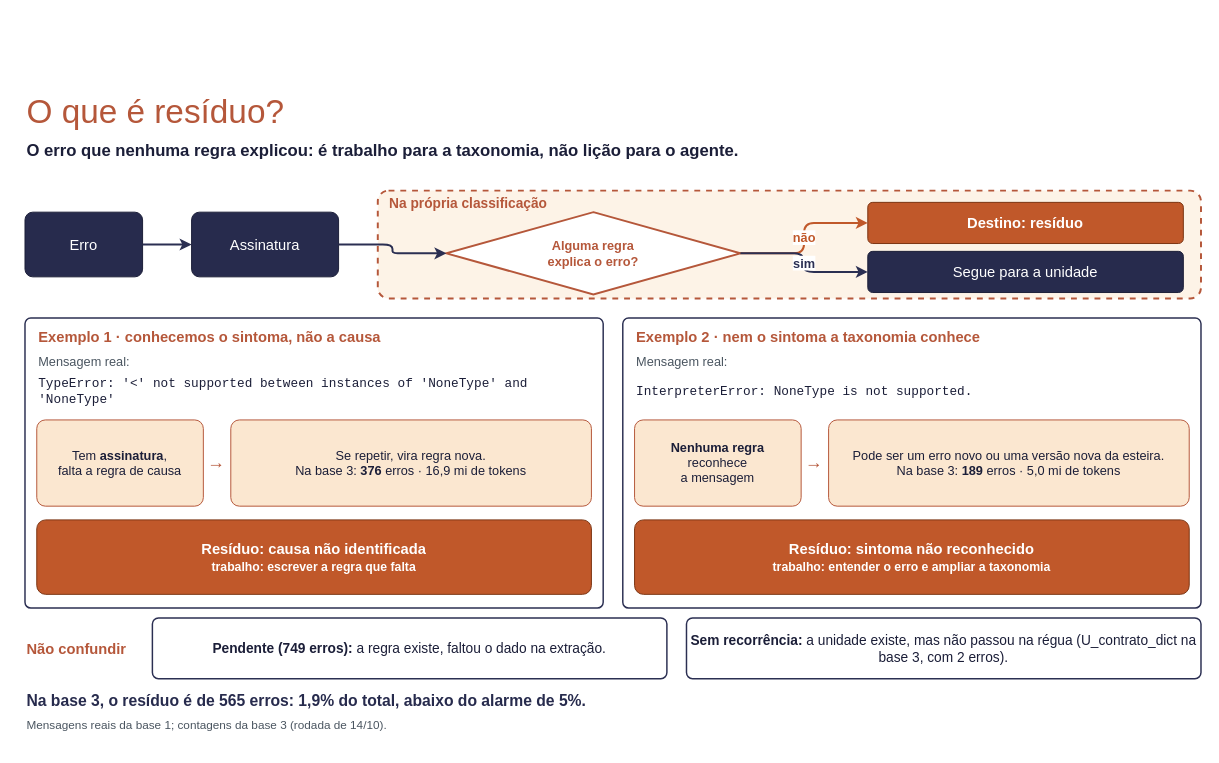
This is docs/sources/draw.io/residuo.drawio from rc-ventura/memory_layer_ai_agents, a draw.io file, before an edit. Source tidied: cells renumbered, new cells numbered last; positions are measured from the earlier drawing's top-left corner, leaving out a move shared by most shapes. Both pictures are drawn from the tidied source at 98%, with x=0, y=0 at pixel (24, 86).
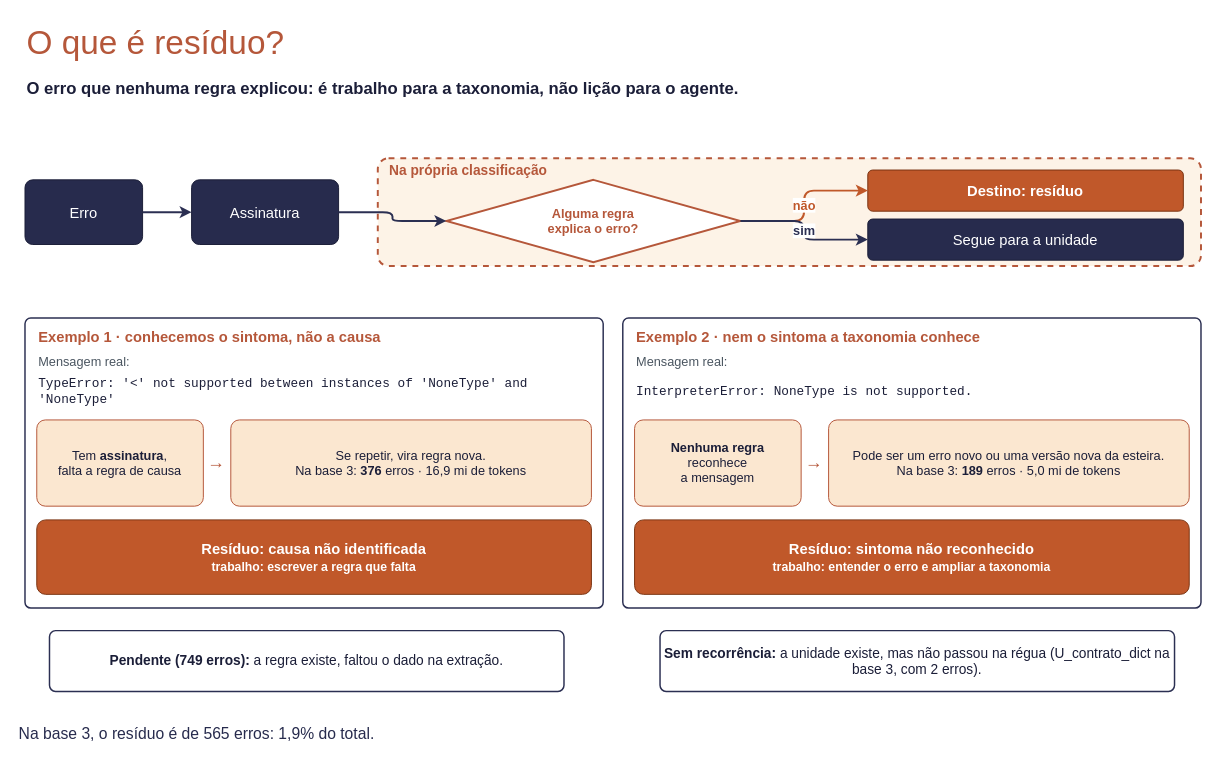
The same diagram, later.

Diff of the diagram source:
```diff
@@
     <mxCell id="2" value="O que é resíduo?" style="text;html=1;verticalAlign=middle;whiteSpace=wrap;align=left;fontSize=34;fontColor=#B5573A;" parent="1" vertex="1">
-      <mxGeometry width="1200" height="52" as="geometry" />
+      <mxGeometry y="-71" width="1200" height="52" as="geometry" />
     </mxCell>
     <mxCell id="3" value="&lt;b&gt;O erro que nenhuma regra explicou: é trabalho para a taxonomia, não lição para o agente.&lt;/b&gt;" style="text;html=1;verticalAlign=middle;whiteSpace=wrap;align=left;fontSize=17;fontColor=#1B1E38;" parent="1" vertex="1">
-      <mxGeometry y="52" width="1200" height="28" as="geometry" />
+      <mxGeometry y="-11" width="1200" height="28" as="geometry" />
     </mxCell>
     <mxCell id="4" style="rounded=1;arcSize=10;whiteSpace=wrap;html=1;fillColor=#FDF3E7;strokeColor=#B5573A;strokeWidth=2;dashed=1;" parent="1" vertex="1">
-      <mxGeometry x="360" y="106" width="840" height="110" as="geometry" />
+      <mxGeometry x="360" y="73" width="840" height="110" as="geometry" />
     </mxCell>
     <mxCell id="5" value="&lt;b&gt;Na própria classificação&lt;/b&gt;" style="text;html=1;verticalAlign=middle;whiteSpace=wrap;align=left;fontSize=14;fontColor=#B5573A;" parent="1" vertex="1">
-      <mxGeometry x="370" y="108" width="400" height="22" as="geometry" />
+      <mxGeometry x="370" y="75" width="400" height="22" as="geometry" />
     </mxCell>
     <mxCell id="6" value="Erro" style="rounded=1;arcSize=12;whiteSpace=wrap;html=1;fillColor=#272B4D;strokeColor=#1B1E38;fontColor=#FFFFFF;fontSize=15;" parent="1" vertex="1">
-      <mxGeometry y="128" width="120" height="66" as="geometry" />
+      <mxGeometry y="95" width="120" height="66" as="geometry" />
     </mxCell>
     <mxCell id="7" value="Assinatura" style="rounded=1;arcSize=12;whiteSpace=wrap;html=1;fillColor=#272B4D;strokeColor=#1B1E38;fontColor=#FFFFFF;fontSize=15;" parent="1" vertex="1">
-      <mxGeometry x="170" y="128" width="150" height="66" as="geometry" />
+      <mxGeometry x="170" y="95" width="150" height="66" as="geometry" />
     </mxCell>
     <mxCell id="8" value="Alguma regra&lt;br&gt;explica o erro?" style="rhombus;whiteSpace=wrap;html=1;fillColor=#FFFFFF;strokeColor=#B5573A;strokeWidth=2;fontColor=#B5573A;fontSize=13;fontStyle=1;" parent="1" vertex="1">
-      <mxGeometry x="430" y="128" width="300" height="84" as="geometry" />
+      <mxGeometry x="430" y="95" width="300" height="84" as="geometry" />
     </mxCell>
     <mxCell id="9" value="Destino: resíduo" style="rounded=1;arcSize=12;whiteSpace=wrap;html=1;fillColor=#C0582A;strokeColor=#7A3412;fontColor=#FFFFFF;fontSize=15;fontStyle=1;" parent="1" vertex="1">
-      <mxGeometry x="860" y="118" width="322" height="42" as="geometry" />
+      <mxGeometry x="860" y="85" width="322" height="42" as="geometry" />
     </mxCell>
     <mxCell id="10" value="Segue para a unidade" style="rounded=1;arcSize=12;whiteSpace=wrap;html=1;fillColor=#272B4D;strokeColor=#1B1E38;fontColor=#FFFFFF;fontSize=15;" parent="1" vertex="1">
-      <mxGeometry x="860" y="168" width="322" height="42" as="geometry" />
+      <mxGeometry x="860" y="135" width="322" height="42" as="geometry" />
     </mxCell>
@@
-    <mxCell id="31" value="&lt;b&gt;Não confundir&lt;/b&gt;" style="text;html=1;verticalAlign=middle;whiteSpace=wrap;align=left;fontSize=15;fontColor=#B5573A;" parent="1" vertex="1">
-      <mxGeometry y="542" width="130" height="62" as="geometry" />
-    </mxCell>
     <mxCell id="32" value="&lt;b&gt;Pendente (749 erros):&lt;/b&gt; a regra existe, faltou o dado na extração." style="rounded=1;arcSize=10;whiteSpace=wrap;html=1;fillColor=#FFFFFF;strokeColor=#2B2F52;strokeWidth=1.5;fontColor=#1B1E38;fontSize=14;" parent="1" vertex="1">
-      <mxGeometry x="130" y="542" width="525" height="62" as="geometry" />
+      <mxGeometry x="25" y="555" width="525" height="62" as="geometry" />
     </mxCell>
     <mxCell id="33" value="&lt;b&gt;Sem recorrência:&lt;/b&gt; a unidade existe, mas não passou na régua (U_contrato_dict na base 3, com 2 erros)." style="rounded=1;arcSize=10;whiteSpace=wrap;html=1;fillColor=#FFFFFF;strokeColor=#2B2F52;strokeWidth=1.5;fontColor=#1B1E38;fontSize=14;" parent="1" vertex="1">
-      <mxGeometry x="675" y="542" width="525" height="62" as="geometry" />
+      <mxGeometry x="648" y="555" width="525" height="62" as="geometry" />
     </mxCell>
-    <mxCell id="34" value="&lt;b&gt;Na base 3, o resíduo é de 565 erros: 1,9% do total, abaixo do alarme de 5%.&lt;/b&gt;" style="text;html=1;verticalAlign=middle;whiteSpace=wrap;align=left;fontSize=16;fontColor=#272B4D;" parent="1" vertex="1">
-      <mxGeometry y="612" width="1200" height="28" as="geometry" />
+    <mxCell id="34" value="Na base 3, o resíduo é de 565 erros: 1,9% do total." style="text;html=1;verticalAlign=middle;whiteSpace=wrap;align=left;fontSize=16;fontColor=#272B4D;" parent="1" vertex="1">
+      <mxGeometry x="-8" y="646" width="1200" height="28" as="geometry" />
     </mxCell>
-    <mxCell id="35" value="Mensagens reais da base 1; contagens da base 3 (rodada de 14/10)." style="text;html=1;verticalAlign=middle;whiteSpace=wrap;align=left;fontSize=12;fontColor=#4A5560;" parent="1" vertex="1">
-      <mxGeometry y="640" width="1200" height="24" as="geometry" />
-    </mxCell>
```
